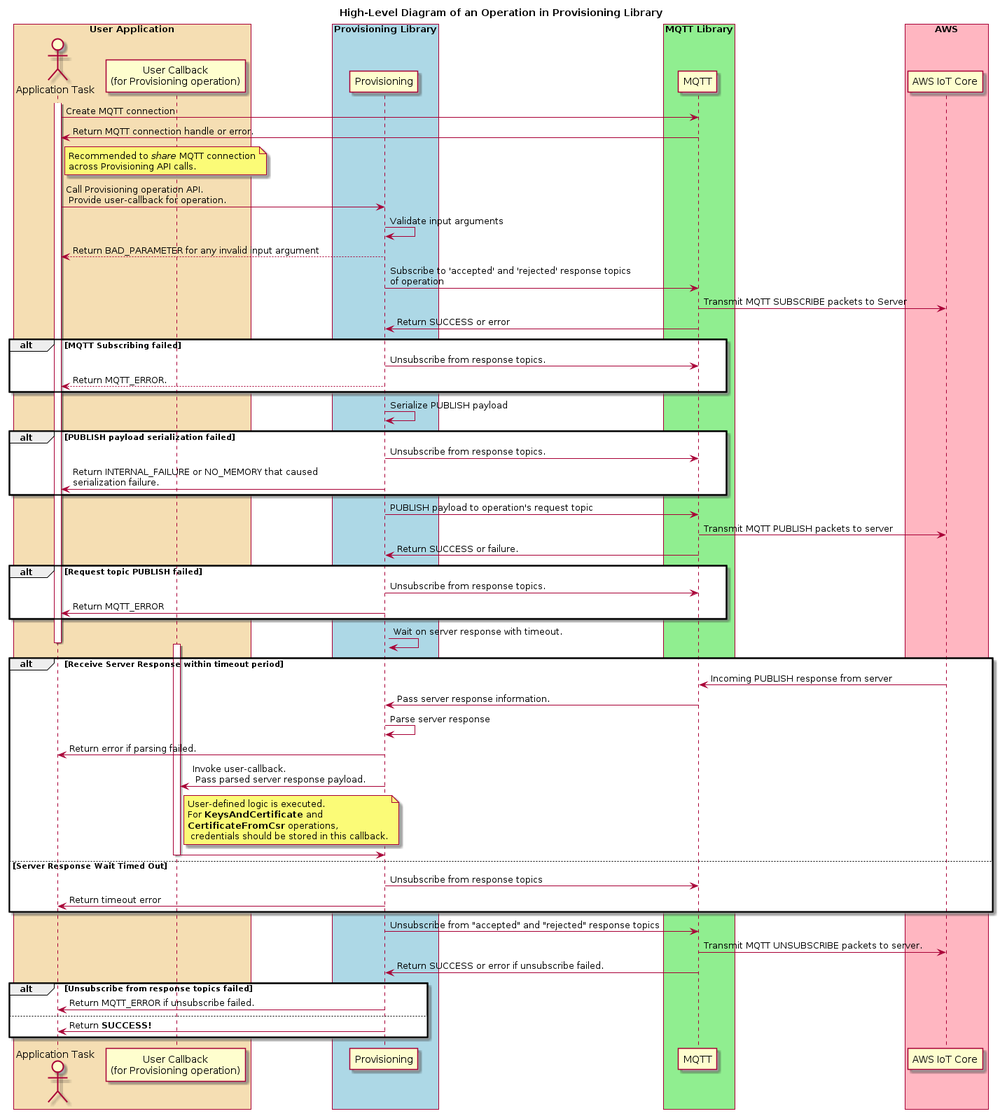
This is doc/plantuml/images/provisioning_operation_highlevel_design.png from aws/aws-iot-device-sdk-embedded-C, a PlantUML export, as it was before one commit.
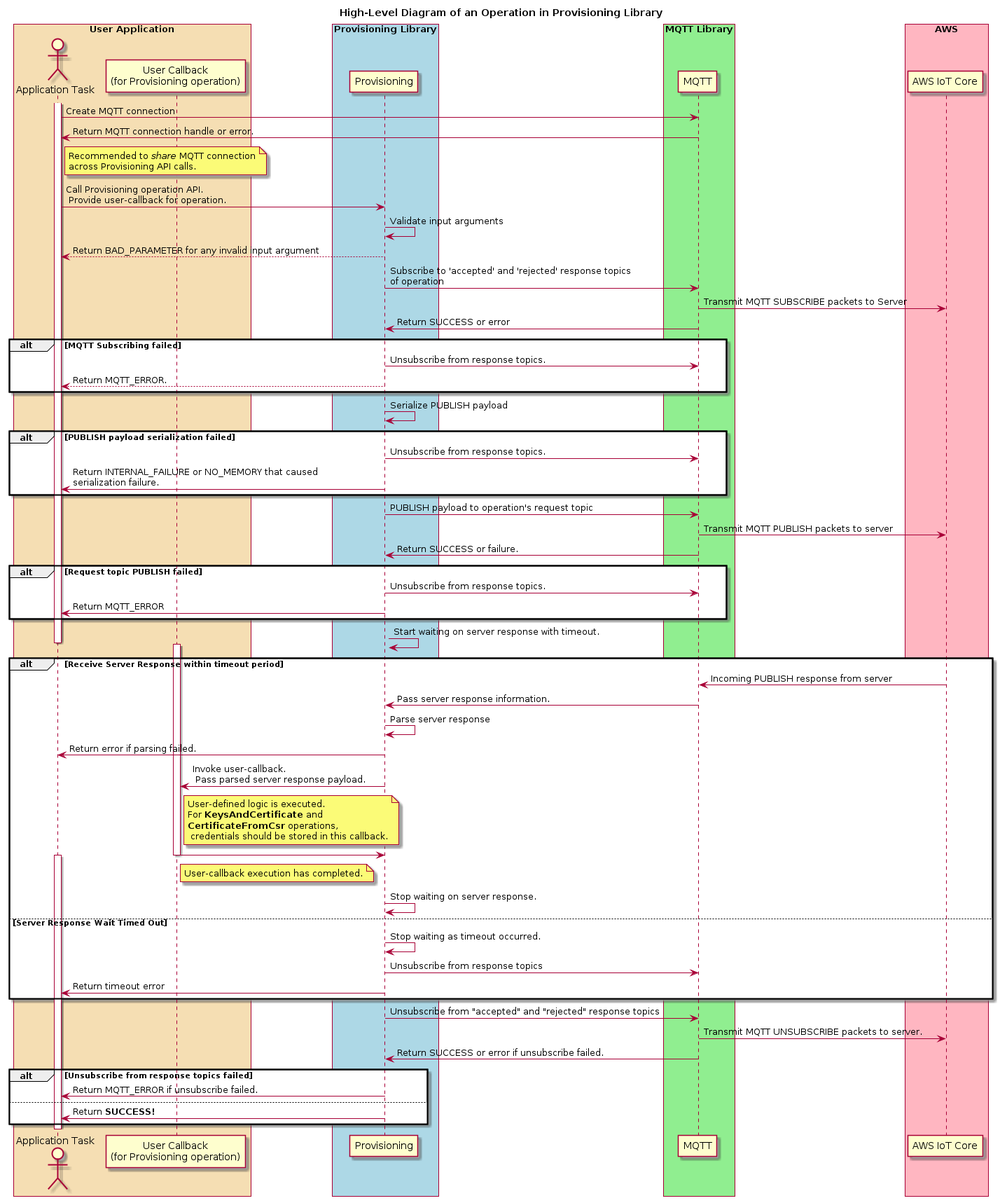
The same diagram one commit later.

Commit message:
Clarify server response wait timeline on high-level design based on reviewer feedback

The edit, as a diff of the source:
```diff
@@ -55,7 +55,7 @@
 provisioning -> app: Return MQTT_ERROR
 end alt
 
-provisioning -> provisioning: Wait on server response with timeout.
+provisioning -> provisioning: Start waiting on server response with timeout.
 deactivate app
 alt Receive Server Response within timeout period
 activate callback
@@ -66,13 +66,16 @@
 provisioning -> callback: Invoke user-callback.\n Pass parsed server response payload.
 note right of callback: User-defined logic is executed.\nFor <b>KeysAndCertificate</b> and\n<b>CertificateFromCsr</b> operations,\n credentials should be stored in this callback.
 callback -> provisioning
+note right of callback: User-callback execution has completed.
 deactivate callback
+activate app
+provisioning->provisioning: Stop waiting on server response.
 else Server Response Wait Timed Out
+provisioning -> provisioning: Stop waiting as timeout occurred.
 provisioning -> mqtt: Unsubscribe from response topics
 provisioning -> app: Return timeout error
 end alt
 
-activate app
 provisioning -> mqtt: Unsubscribe from "accepted" and "rejected" response topics
 mqtt -> aws: Transmit MQTT UNSUBSCRIBE packets to server.
 mqtt -> provisioning: Return SUCCESS or error if unsubscribe failed.
```
